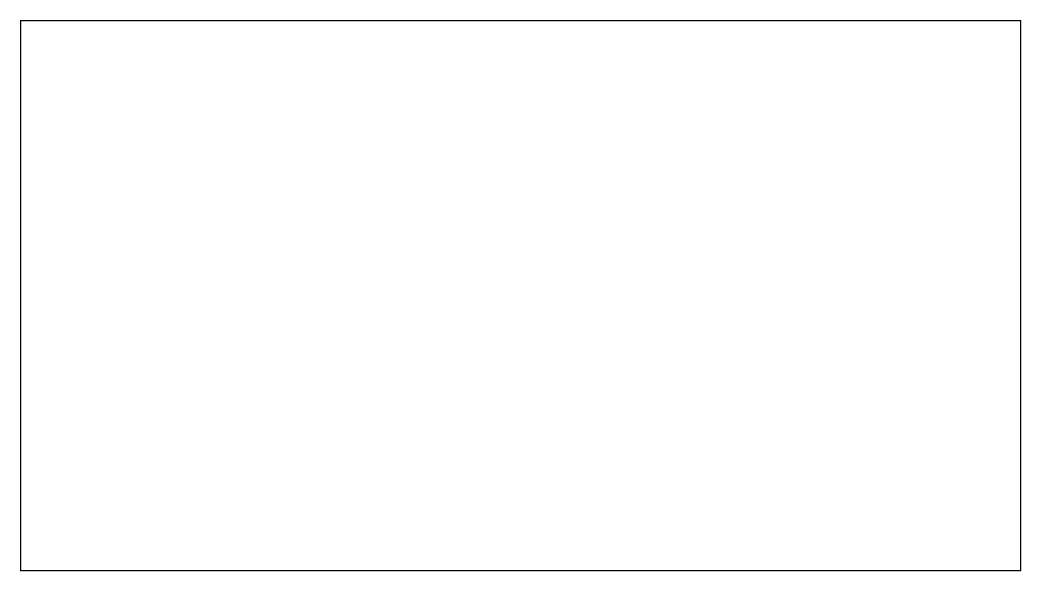
The draw.io diagram papers/Autism Full paper/Untitled Diagram.drawio in Giriiri-g/Project-HAR, before the edit. Source tidied: cells renumbered, new cells numbered last; positions are measured from the earlier drawing's top-left corner, leaving out a move shared by most shapes. Both pictures are drawn from the tidied source at 125%, with x=0, y=0 at pixel (20, 20).
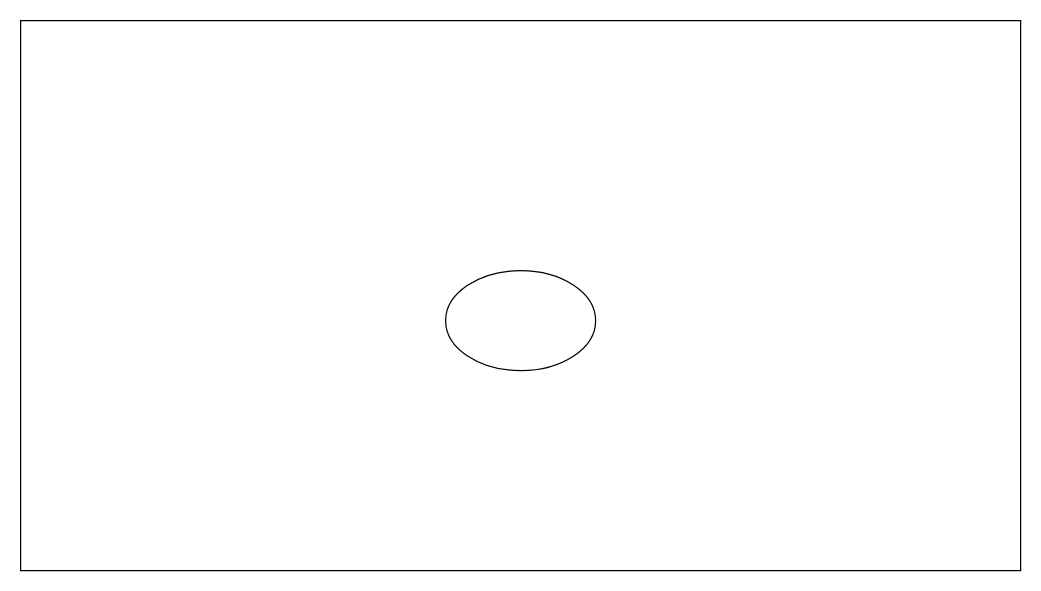
Above is the later version.

Change to the diagram source:
```diff
@@
 <mxGraphModel>
   <root>
     <mxCell id="0" />
     <mxCell id="1" parent="0" />
     <mxCell id="2" style="rounded=0;whiteSpace=wrap;html=1;fillColor=default;" parent="1" vertex="1">
       <mxGeometry width="800" height="440" as="geometry" />
     </mxCell>
+    <mxCell id="3" style="ellipse;whiteSpace=wrap;html=1;" parent="1" vertex="1">
+      <mxGeometry x="340" y="200" width="120" height="80" as="geometry" />
+    </mxCell>
   </root>
 </mxGraphModel>
```
